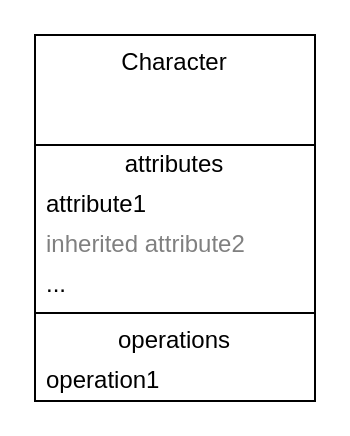
Before: StrategyPattern.drawio in geralson22/design-patterns, a draw.io diagram. Source tidied: cells renumbered, new cells numbered last; positions are measured from the earlier drawing's top-left corner, leaving out a move shared by most shapes. Both pictures are drawn from the tidied source at 200%, with x=0, y=0 at pixel (34, 34).
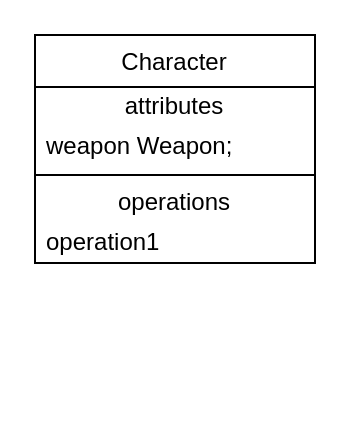
The same page after the edit.

Diff of the diagram source:
```diff
@@
 <mxGraphModel>
   <root>
     <mxCell id="0" />
     <mxCell id="1" parent="0" />
-    <mxCell id="2" value="Character" style="swimlane;fontStyle=0;align=center;verticalAlign=top;horizontal=1;startSize=55;html=1;whiteSpace=wrap;" parent="1" vertex="1">
-      <mxGeometry width="140" height="183" as="geometry" />
+    <mxCell id="2" value="Character" style="swimlane;fontStyle=0;align=center;verticalAlign=top;horizontal=1;startSize=26;html=1;whiteSpace=wrap;" parent="1" vertex="1">
+      <mxGeometry width="140" height="114" as="geometry" />
     </mxCell>
     <mxCell id="3" value="attributes" style="text;html=1;strokeColor=none;fillColor=none;align=center;verticalAlign=middle;spacingLeft=4;spacingRight=4;overflow=hidden;whiteSpace=wrap;" parent="2" vertex="1">
-      <mxGeometry y="55" width="140" height="20" as="geometry" />
+      <mxGeometry y="26" width="140" height="20" as="geometry" />
     </mxCell>
-    <mxCell id="4" value="attribute1" style="text;html=1;strokeColor=none;fillColor=none;align=left;verticalAlign=middle;spacingLeft=4;spacingRight=4;overflow=hidden;whiteSpace=wrap;" parent="2" vertex="1">
-      <mxGeometry y="75" width="140" height="20" as="geometry" />
+    <mxCell id="4" value="weapon Weapon;" style="text;html=1;strokeColor=none;fillColor=none;align=left;verticalAlign=middle;spacingLeft=4;spacingRight=4;overflow=hidden;whiteSpace=wrap;" parent="2" vertex="1">
+      <mxGeometry y="46" width="140" height="20" as="geometry" />
     </mxCell>
-    <mxCell id="5" value="inherited attribute2" style="text;html=1;strokeColor=none;fillColor=none;align=left;verticalAlign=middle;spacingLeft=4;spacingRight=4;overflow=hidden;fontColor=#808080;whiteSpace=wrap;" parent="2" vertex="1">
-      <mxGeometry y="95" width="140" height="20" as="geometry" />
-    </mxCell>
-    <mxCell id="6" value="..." style="text;html=1;strokeColor=none;fillColor=none;align=left;verticalAlign=middle;spacingLeft=4;spacingRight=4;overflow=hidden;whiteSpace=wrap;" parent="2" vertex="1">
-      <mxGeometry y="115" width="140" height="20" as="geometry" />
-    </mxCell>
     <mxCell id="7" style="line;strokeWidth=1;fillColor=none;align=left;verticalAlign=middle;spacingTop=-1;spacingLeft=3;spacingRight=3;labelPosition=right;" parent="2" vertex="1">
-      <mxGeometry y="135" width="140" height="8" as="geometry" />
+      <mxGeometry y="66" width="140" height="8" as="geometry" />
     </mxCell>
     <mxCell id="8" value="operations" style="text;html=1;strokeColor=none;fillColor=none;align=center;verticalAlign=middle;spacingLeft=4;spacingRight=4;overflow=hidden;whiteSpace=wrap;" parent="2" vertex="1">
-      <mxGeometry y="143" width="140" height="20" as="geometry" />
+      <mxGeometry y="74" width="140" height="20" as="geometry" />
     </mxCell>
     <mxCell id="9" value="operation1" style="text;html=1;strokeColor=none;fillColor=none;align=left;verticalAlign=middle;spacingLeft=4;spacingRight=4;overflow=hidden;whiteSpace=wrap;" parent="2" vertex="1">
-      <mxGeometry y="163" width="140" height="20" as="geometry" />
+      <mxGeometry y="94" width="140" height="20" as="geometry" />
     </mxCell>
   </root>
 </mxGraphModel>
```
